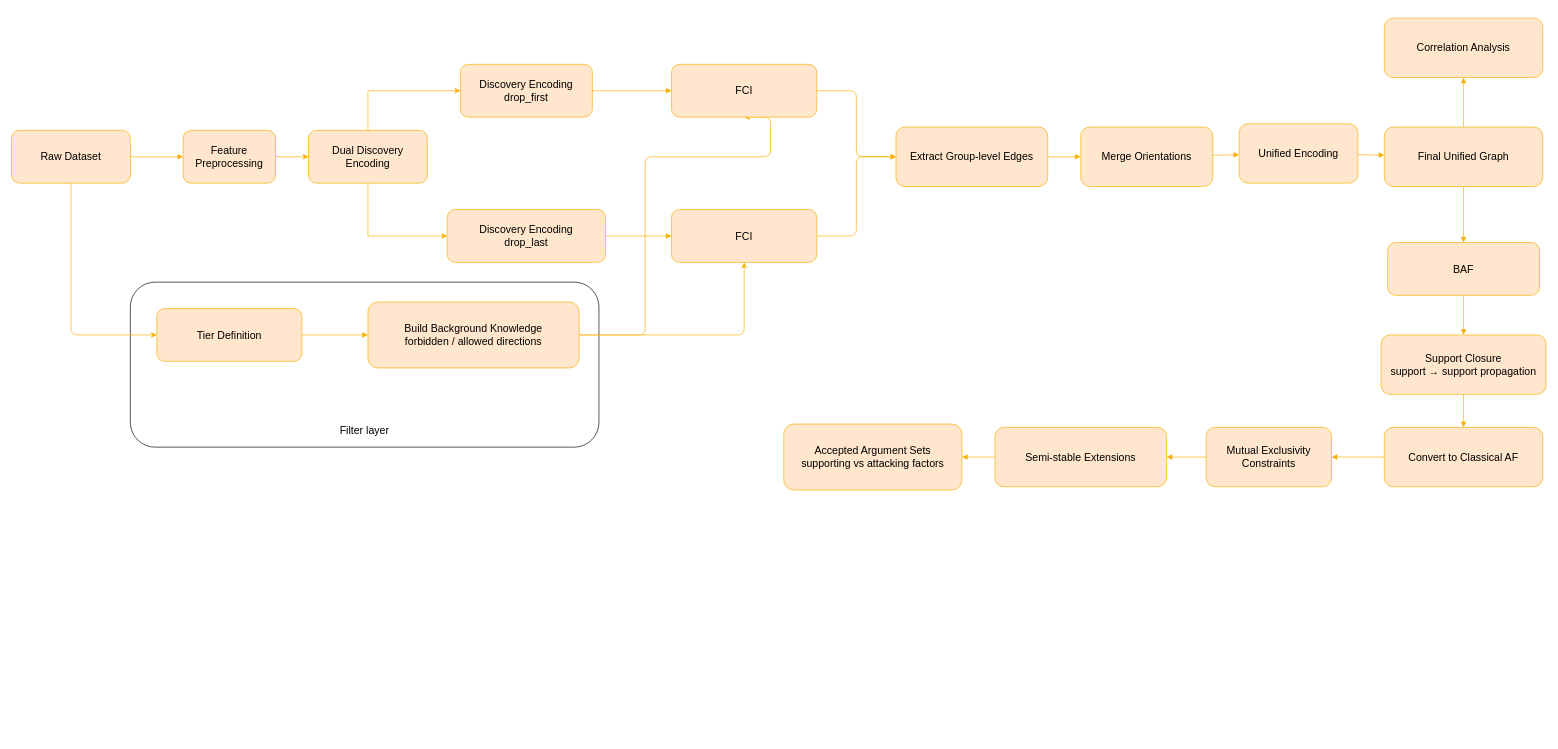
This is diagram/causal_arg_with_tier_pipeline_with_tier.drawio from AKANEMO22/MedTCAX-Causal-Argumentative-Explainability, a draw.io file, before an edit. Source tidied: cells renumbered, new cells numbered last; positions are measured from the earlier drawing's top-left corner, leaving out a move shared by most shapes. Both pictures are drawn from the tidied source at 66%, with x=0, y=0 at pixel (11, 18).
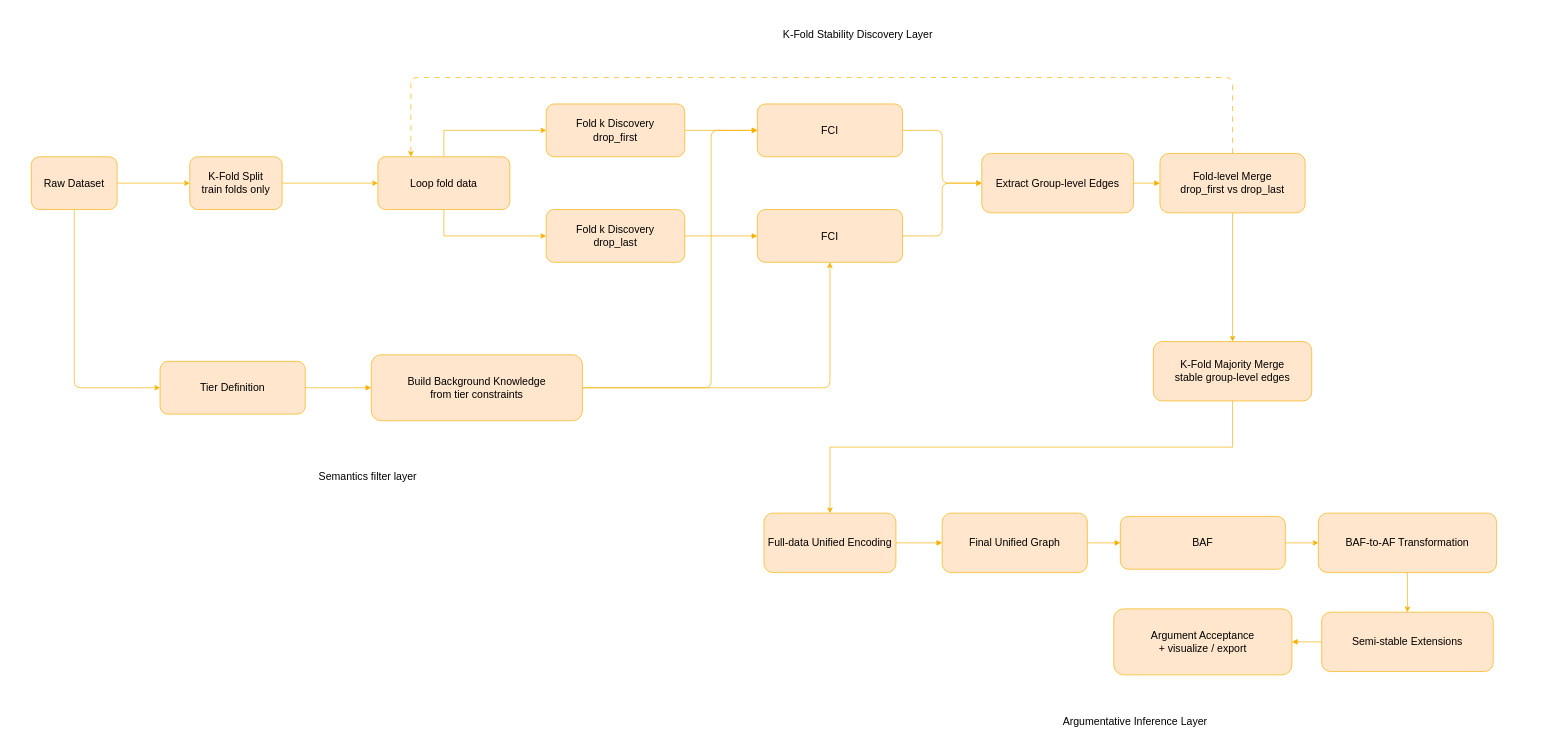
The same page after the edit.

Diff of the diagram source:
```diff
@@
+    <mxCell id="46" style="rounded=1;whiteSpace=wrap;html=1;fillColor=none;strokeColor=#FFFFFF;" parent="1" vertex="1">
+      <mxGeometry x="1050" y="710" width="1250" height="380" as="geometry" />
+    </mxCell>
+    <mxCell id="47" style="rounded=1;whiteSpace=wrap;html=1;fillColor=none;strokeColor=#FFFFFF;" parent="1" vertex="1">
+      <mxGeometry x="520" y="-10" width="1500" height="430" as="geometry" />
+    </mxCell>
-    <mxCell id="2" style="rounded=1;whiteSpace=wrap;html=1;fillColor=none;" parent="1" vertex="1">
-      <mxGeometry x="180" y="400" width="710" height="250" as="geometry" />
+    <mxCell id="2" style="rounded=1;whiteSpace=wrap;html=1;fillColor=none;strokeColor=#FFFFFF;" parent="1" vertex="1">
+      <mxGeometry x="185" y="470" width="710" height="250" as="geometry" />
     </mxCell>
@@
+    <mxCell id="48" style="edgeStyle=orthogonalEdgeStyle;rounded=0;jettySize=auto;html=1;exitX=1;exitY=0.5;exitDx=0;exitDy=0;entryX=0;entryY=0.5;entryDx=0;entryDy=0;strokeColor=#F6B000;" parent="1" edge="1" source="4" target="55">
+      <mxGeometry relative="1" as="geometry" />
+    </mxCell>
     <mxCell id="4" value="Raw Dataset" style="rounded=1;whiteSpace=wrap;html=1;fillColor=#ffe6cc;strokeColor=#F6B000;fontSize=16;fontColor=#000000;" parent="1" vertex="1">
-      <mxGeometry y="170" width="180" height="80" as="geometry" />
+      <mxGeometry x="30" y="210" width="130" height="80" as="geometry" />
     </mxCell>
@@
-    <mxCell id="7" value="Dual Discovery Encoding" style="rounded=1;whiteSpace=wrap;html=1;fillColor=#ffe6cc;strokeColor=#F6B000;fontSize=16;fontColor=#000000;" parent="1" vertex="1">
-      <mxGeometry x="450" y="170" width="180" height="80" as="geometry" />
+    <mxCell id="7" value="Loop fold data" style="rounded=1;whiteSpace=wrap;html=1;fillColor=#ffe6cc;strokeColor=#F6B000;fontSize=16;fontColor=#000000;" parent="1" vertex="1">
+      <mxGeometry x="555" y="210" width="200" height="80" as="geometry" />
     </mxCell>
-    <mxCell id="8" value="Discovery Encoding&lt;div&gt;drop_first&lt;/div&gt;" style="rounded=1;whiteSpace=wrap;html=1;fillColor=#ffe6cc;strokeColor=#F6B000;fontSize=16;fontColor=#000000;" parent="1" vertex="1">
-      <mxGeometry x="680" y="70" width="200" height="80" as="geometry" />
+    <mxCell id="8" value="Fold k Discovery&lt;div&gt;drop_first&lt;/div&gt;" style="rounded=1;whiteSpace=wrap;html=1;fillColor=#ffe6cc;strokeColor=#F6B000;fontSize=16;fontColor=#000000;" parent="1" vertex="1">
+      <mxGeometry x="810" y="130" width="210" height="80" as="geometry" />
     </mxCell>
-    <mxCell id="9" value="Discovery Encoding&lt;div&gt;drop_last&lt;/div&gt;" style="rounded=1;whiteSpace=wrap;html=1;fillColor=#ffe6cc;strokeColor=#F6B000;fontSize=16;fontColor=#000000;" parent="1" vertex="1">
-      <mxGeometry x="660" y="290" width="240" height="80" as="geometry" />
+    <mxCell id="9" value="Fold k Discovery&lt;div&gt;drop_last&lt;/div&gt;" style="rounded=1;whiteSpace=wrap;html=1;fillColor=#ffe6cc;strokeColor=#F6B000;fontSize=16;fontColor=#000000;" parent="1" vertex="1">
+      <mxGeometry x="810" y="290" width="210" height="80" as="geometry" />
     </mxCell>
     <mxCell id="10" value="Tier Definition" style="rounded=1;whiteSpace=wrap;html=1;fillColor=#ffe6cc;strokeColor=#F6B000;fontSize=16;fontColor=#000000;" parent="1" vertex="1">
-      <mxGeometry x="220" y="440" width="220" height="80" as="geometry" />
+      <mxGeometry x="225" y="520" width="220" height="80" as="geometry" />
     </mxCell>
+    <mxCell id="12" style="edgeStyle=orthogonalEdgeStyle;rounded=1;jettySize=auto;html=1;exitX=1;exitY=0.5;exitDx=0;exitDy=0;entryX=0.5;entryY=1;entryDx=0;entryDy=0;curved=0;strokeColor=#F6B000;" parent="1" edge="1" source="13" target="17">
+      <mxGeometry relative="1" as="geometry" />
+    </mxCell>
-    <mxCell id="11" style="edgeStyle=orthogonalEdgeStyle;rounded=1;jettySize=auto;html=1;exitX=1;exitY=0.5;exitDx=0;exitDy=0;entryX=0.5;entryY=1;entryDx=0;entryDy=0;curved=0;strokeColor=#F6B000;" parent="1" edge="1" source="13" target="15">
+    <mxCell id="11" style="edgeStyle=orthogonalEdgeStyle;rounded=1;jettySize=auto;html=1;exitX=1;exitY=0.5;exitDx=0;exitDy=0;entryX=0;entryY=0.5;entryDx=0;entryDy=0;strokeColor=#F6B000;curved=0;" parent="1" edge="1" source="13" target="15">
       <mxGeometry relative="1" as="geometry">
         <Array as="points">
-          <mxPoint x="960" y="480" />
-          <mxPoint x="960" y="210" />
-          <mxPoint x="1150" y="210" />
-          <mxPoint x="1150" y="150" />
+          <mxPoint x="1060" y="560" />
+          <mxPoint x="1060" y="170" />
         </Array>
       </mxGeometry>
     </mxCell>
-    <mxCell id="12" style="edgeStyle=orthogonalEdgeStyle;rounded=1;jettySize=auto;html=1;exitX=1;exitY=0.5;exitDx=0;exitDy=0;entryX=0.5;entryY=1;entryDx=0;entryDy=0;curved=0;strokeColor=#F6B000;" parent="1" edge="1" source="13" target="17">
-      <mxGeometry relative="1" as="geometry" />
-    </mxCell>
-    <mxCell id="13" value="Build Background Knowledge&#10;forbidden / allowed directions" style="rounded=1;whiteSpace=wrap;html=1;fillColor=#ffe6cc;strokeColor=#F6B000;fontSize=16;fontColor=#000000;" parent="1" vertex="1">
-      <mxGeometry x="540" y="430" width="320" height="100" as="geometry" />
+    <mxCell id="13" value="Build Background Knowledge&#10;from tier constraints" style="rounded=1;whiteSpace=wrap;html=1;fillColor=#ffe6cc;strokeColor=#F6B000;fontSize=16;fontColor=#000000;" parent="1" vertex="1">
+      <mxGeometry x="545" y="510" width="320" height="100" as="geometry" />
     </mxCell>
@@
     <mxCell id="15" value="FCI" style="rounded=1;whiteSpace=wrap;html=1;fillColor=#ffe6cc;strokeColor=#F6B000;fontSize=16;fontColor=#000000;" parent="1" vertex="1">
-      <mxGeometry x="1000" y="70" width="220" height="80" as="geometry" />
+      <mxGeometry x="1130" y="130" width="220" height="80" as="geometry" />
     </mxCell>
@@
     <mxCell id="17" value="FCI" style="rounded=1;whiteSpace=wrap;html=1;fillColor=#ffe6cc;strokeColor=#F6B000;fontSize=16;fontColor=#000000;" parent="1" vertex="1">
-      <mxGeometry x="1000" y="290" width="220" height="80" as="geometry" />
+      <mxGeometry x="1130" y="290" width="220" height="80" as="geometry" />
     </mxCell>
     <mxCell id="18" value="Extract Group-level Edges" style="rounded=1;whiteSpace=wrap;html=1;fillColor=#ffe6cc;strokeColor=#F6B000;fontSize=16;fontColor=#000000;" parent="1" vertex="1">
-      <mxGeometry x="1340" y="165" width="230" height="90" as="geometry" />
+      <mxGeometry x="1470" y="205" width="230" height="90" as="geometry" />
     </mxCell>
+    <mxCell id="49" style="edgeStyle=orthogonalEdgeStyle;rounded=1;jettySize=auto;html=1;exitX=0.5;exitY=0;exitDx=0;exitDy=0;entryX=0.25;entryY=0;entryDx=0;entryDy=0;curved=0;dashed=1;dashPattern=8 8;strokeColor=#F6B000;" parent="1" edge="1" source="19" target="7">
+      <mxGeometry relative="1" as="geometry">
+        <Array as="points">
+          <mxPoint x="1850" y="90" />
+          <mxPoint x="605" y="90" />
+        </Array>
+      </mxGeometry>
+    </mxCell>
+    <mxCell id="50" style="edgeStyle=orthogonalEdgeStyle;rounded=0;jettySize=auto;html=1;exitX=0.5;exitY=1;exitDx=0;exitDy=0;entryX=0.5;entryY=0;entryDx=0;entryDy=0;strokeColor=#F6B000;" parent="1" edge="1" source="19" target="22">
+      <mxGeometry relative="1" as="geometry" />
+    </mxCell>
-    <mxCell id="19" value="Merge Orientations" style="rounded=1;whiteSpace=wrap;html=1;fillColor=#ffe6cc;strokeColor=#F6B000;fontSize=16;fontColor=#000000;" parent="1" vertex="1">
-      <mxGeometry x="1620" y="165" width="200" height="90" as="geometry" />
+    <mxCell id="19" value="Fold-level Merge&#10;drop_first vs drop_last" style="rounded=1;whiteSpace=wrap;html=1;fillColor=#ffe6cc;strokeColor=#F6B000;fontSize=16;fontColor=#000000;" parent="1" vertex="1">
+      <mxGeometry x="1740" y="205" width="220" height="90" as="geometry" />
     </mxCell>
-    <mxCell id="20" value="Unified Encoding" style="rounded=1;whiteSpace=wrap;html=1;fillColor=#ffe6cc;strokeColor=#F6B000;fontSize=16;fontColor=#000000;" parent="1" vertex="1">
-      <mxGeometry x="1860" y="160" width="180" height="90" as="geometry" />
+    <mxCell id="20" value="Full-data Unified Encoding" style="rounded=1;whiteSpace=wrap;html=1;fillColor=#ffe6cc;strokeColor=#F6B000;fontSize=16;fontColor=#000000;" parent="1" vertex="1">
+      <mxGeometry x="1140" y="750" width="200" height="90" as="geometry" />
     </mxCell>
     <mxCell id="21" value="Final Unified Graph" style="rounded=1;whiteSpace=wrap;html=1;fillColor=#ffe6cc;strokeColor=#F6B000;fontSize=16;fontColor=#000000;" parent="1" vertex="1">
-      <mxGeometry x="2080" y="165" width="240" height="90" as="geometry" />
+      <mxGeometry x="1410" y="750" width="220" height="90" as="geometry" />
     </mxCell>
+    <mxCell id="51" style="edgeStyle=orthogonalEdgeStyle;rounded=0;jettySize=auto;html=1;exitX=0.5;exitY=1;exitDx=0;exitDy=0;entryX=0.5;entryY=0;entryDx=0;entryDy=0;strokeColor=#F6B000;" parent="1" edge="1" source="22" target="20">
+      <mxGeometry relative="1" as="geometry">
+        <Array as="points">
+          <mxPoint x="1850" y="650" />
+          <mxPoint x="1240" y="650" />
+        </Array>
+      </mxGeometry>
+    </mxCell>
-    <mxCell id="22" value="Correlation Analysis" style="rounded=1;whiteSpace=wrap;html=1;fillColor=#ffe6cc;strokeColor=#F6B000;fontSize=16;fontColor=#000000;" parent="1" vertex="1">
-      <mxGeometry x="2080" width="240" height="90" as="geometry" />
+    <mxCell id="22" value="K-Fold Majority Merge&lt;br&gt;stable group-level edges" style="rounded=1;whiteSpace=wrap;html=1;fillColor=#ffe6cc;strokeColor=#F6B000;fontSize=16;fontColor=#000000;" parent="1" vertex="1">
+      <mxGeometry x="1730" y="490" width="240" height="90" as="geometry" />
     </mxCell>
+    <mxCell id="52" style="edgeStyle=orthogonalEdgeStyle;rounded=0;jettySize=auto;html=1;exitX=1;exitY=0.5;exitDx=0;exitDy=0;entryX=0;entryY=0.5;entryDx=0;entryDy=0;strokeColor=#F6B000;" parent="1" edge="1" source="23" target="25">
+      <mxGeometry relative="1" as="geometry" />
+    </mxCell>
     <mxCell id="23" value="BAF" style="rounded=1;whiteSpace=wrap;html=1;fillColor=#ffe6cc;strokeColor=#F6B000;fontSize=16;fontColor=#000000;" parent="1" vertex="1">
-      <mxGeometry x="2085" y="340" width="230" height="80" as="geometry" />
+      <mxGeometry x="1680" y="755" width="250" height="80" as="geometry" />
     </mxCell>
-    <mxCell id="24" value="Support Closure&#10;support → support propagation" style="rounded=1;whiteSpace=wrap;html=1;fillColor=#ffe6cc;strokeColor=#F6B000;fontSize=16;fontColor=#000000;" parent="1" vertex="1">
-      <mxGeometry x="2075" y="480" width="250" height="90" as="geometry" />
-    </mxCell>
+    <mxCell id="53" style="edgeStyle=orthogonalEdgeStyle;rounded=0;jettySize=auto;html=1;exitX=0.5;exitY=1;exitDx=0;exitDy=0;strokeColor=#F6B000;" parent="1" edge="1" source="25" target="27">
+      <mxGeometry relative="1" as="geometry" />
+    </mxCell>
-    <mxCell id="25" value="Convert to Classical AF" style="rounded=1;whiteSpace=wrap;html=1;fillColor=#ffe6cc;strokeColor=#F6B000;fontSize=16;fontColor=#000000;" parent="1" vertex="1">
-      <mxGeometry x="2080" y="620" width="240" height="90" as="geometry" />
+    <mxCell id="25" value="BAF-to-AF Transformation" style="rounded=1;whiteSpace=wrap;html=1;fillColor=#ffe6cc;strokeColor=#F6B000;fontSize=16;fontColor=#000000;" parent="1" vertex="1">
+      <mxGeometry x="1980" y="750" width="270" height="90" as="geometry" />
     </mxCell>
-    <mxCell id="26" value="Mutual Exclusivity Constraints" style="rounded=1;whiteSpace=wrap;html=1;fillColor=#ffe6cc;strokeColor=#F6B000;fontSize=16;fontColor=#000000;" parent="1" vertex="1">
-      <mxGeometry x="1810" y="620" width="190" height="90" as="geometry" />
-    </mxCell>
     <mxCell id="27" value="Semi-stable Extensions" style="rounded=1;whiteSpace=wrap;html=1;fillColor=#ffe6cc;strokeColor=#F6B000;fontSize=16;fontColor=#000000;" parent="1" vertex="1">
-      <mxGeometry x="1490" y="620" width="260" height="90" as="geometry" />
+      <mxGeometry x="1985" y="900" width="260" height="90" as="geometry" />
     </mxCell>
-    <mxCell id="28" value="Accepted Argument Sets&#10;supporting vs attacking factors" style="rounded=1;whiteSpace=wrap;html=1;fillColor=#ffe6cc;strokeColor=#F6B000;fontSize=16;fontColor=#000000;" parent="1" vertex="1">
-      <mxGeometry x="1170" y="615" width="270" height="100" as="geometry" />
+    <mxCell id="28" value="Argument Acceptance&#10;+ visualize / export" style="rounded=1;whiteSpace=wrap;html=1;fillColor=#ffe6cc;strokeColor=#F6B000;fontSize=16;fontColor=#000000;" parent="1" vertex="1">
+      <mxGeometry x="1670" y="895" width="270" height="100" as="geometry" />
     </mxCell>
-    <mxCell id="29" style="endArrow=block;html=1;entryX=0;entryY=0.5;entryDx=0;entryDy=0;fillColor=#ffe6cc;strokeColor=#F6B000;fontSize=16;fontColor=#000000;" parent="1" edge="1" source="4" target="44">
-      <mxGeometry relative="1" as="geometry" />
-    </mxCell>
@@
-    <mxCell id="34" style="endArrow=block;html=1;fillColor=#ffe6cc;strokeColor=#F6B000;fontSize=16;fontColor=#000000;" parent="1" edge="1" source="19" target="20">
-      <mxGeometry relative="1" as="geometry" />
-    </mxCell>
@@
-    <mxCell id="36" style="endArrow=block;html=1;fillColor=#ffe6cc;strokeColor=#F6B000;fontSize=16;fontColor=#000000;" parent="1" edge="1" source="21" target="22">
-      <mxGeometry relative="1" as="geometry" />
-    </mxCell>
@@
-    <mxCell id="38" style="endArrow=block;html=1;fillColor=#ffe6cc;strokeColor=#F6B000;fontSize=16;fontColor=#000000;" parent="1" edge="1" source="23" target="24">
-      <mxGeometry relative="1" as="geometry" />
-    </mxCell>
-    <mxCell id="39" style="endArrow=block;html=1;fillColor=#ffe6cc;strokeColor=#F6B000;fontSize=16;fontColor=#000000;" parent="1" edge="1" source="24" target="25">
-      <mxGeometry relative="1" as="geometry" />
-    </mxCell>
-    <mxCell id="40" style="endArrow=block;html=1;fillColor=#ffe6cc;strokeColor=#F6B000;fontSize=16;fontColor=#000000;" parent="1" edge="1" source="25" target="26">
-      <mxGeometry relative="1" as="geometry" />
-    </mxCell>
-    <mxCell id="41" style="endArrow=block;html=1;fillColor=#ffe6cc;strokeColor=#F6B000;fontSize=16;fontColor=#000000;" parent="1" edge="1" source="26" target="27">
-      <mxGeometry relative="1" as="geometry" />
-    </mxCell>
@@
-    <mxCell id="43" style="edgeStyle=orthogonalEdgeStyle;rounded=0;jettySize=auto;html=1;exitX=1;exitY=0.5;exitDx=0;exitDy=0;entryX=0;entryY=0.5;entryDx=0;entryDy=0;fillColor=#ffe6cc;strokeColor=#F6B000;fontSize=16;fontColor=#000000;" parent="1" edge="1" source="44" target="7">
+    <mxCell id="43" style="edgeStyle=orthogonalEdgeStyle;rounded=0;jettySize=auto;html=1;exitX=1;exitY=0.5;exitDx=0;exitDy=0;entryX=0;entryY=0.5;entryDx=0;entryDy=0;fillColor=#ffe6cc;strokeColor=#F6B000;fontSize=16;fontColor=#000000;" parent="1" edge="1" source="55" target="7">
       <mxGeometry relative="1" as="geometry" />
     </mxCell>
-    <mxCell id="44" value="Feature Preprocessing" style="rounded=1;whiteSpace=wrap;html=1;fillColor=#ffe6cc;strokeColor=#F6B000;fontSize=16;fontColor=#000000;" parent="1" vertex="1">
-      <mxGeometry x="260" y="170" width="140" height="80" as="geometry" />
-    </mxCell>
-    <mxCell id="45" value="Filter layer" style="text;html=1;whiteSpace=wrap;strokeColor=none;fillColor=none;align=center;verticalAlign=middle;rounded=0;fontSize=16;" parent="1" vertex="1">
-      <mxGeometry x="485" y="610" width="100" height="30" as="geometry" />
+    <mxCell id="45" value="Semantics filter layer" style="text;html=1;whiteSpace=wrap;strokeColor=none;fillColor=none;align=center;verticalAlign=middle;rounded=0;fontSize=16;" parent="1" vertex="1">
+      <mxGeometry x="455" y="680" width="170" height="30" as="geometry" />
     </mxCell>
+    <mxCell id="54" value="K-Fold Stability Discovery Layer" style="text;html=1;whiteSpace=wrap;strokeColor=none;fillColor=none;align=center;verticalAlign=middle;rounded=0;fontSize=16;" parent="1" vertex="1">
+      <mxGeometry x="1120" y="10" width="325" height="30" as="geometry" />
+    </mxCell>
+    <mxCell id="55" value="K-Fold Split&lt;div&gt;train folds only&lt;/div&gt;" style="rounded=1;whiteSpace=wrap;html=1;fillColor=#ffe6cc;strokeColor=#F6B000;fontSize=16;fontColor=#000000;" parent="1" vertex="1">
+      <mxGeometry x="270" y="210" width="140" height="80" as="geometry" />
+    </mxCell>
+    <mxCell id="56" value="Argumentative Inference Layer" style="text;html=1;whiteSpace=wrap;strokeColor=none;fillColor=none;align=center;verticalAlign=middle;rounded=0;fontSize=16;" parent="1" vertex="1">
+      <mxGeometry x="1540" y="1050" width="325" height="30" as="geometry" />
+    </mxCell>
```
